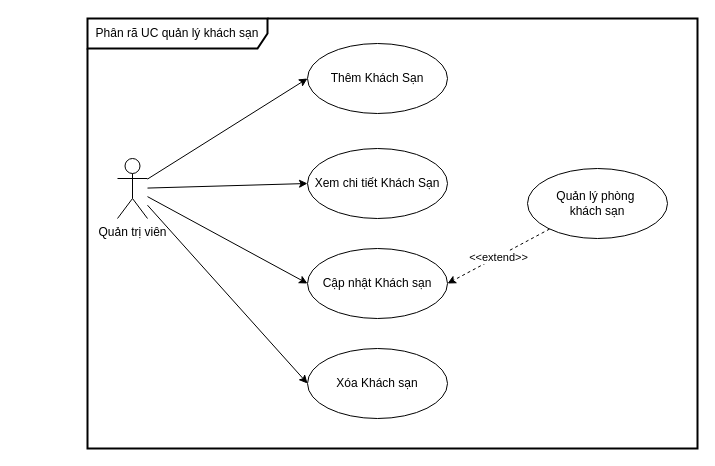
The draw.io diagram page "UC_QuanLyKS" (5 of 7) of usecase-diagrams.drawio in KMA-TTCS-Nhom32/documents, before the edit. Source tidied: cells renumbered, new cells numbered last; positions are measured from the earlier drawing's top-left corner, leaving out a move shared by most shapes. Both pictures are drawn from the tidied source at 100%, with x=0, y=0 at pixel (87, 18).
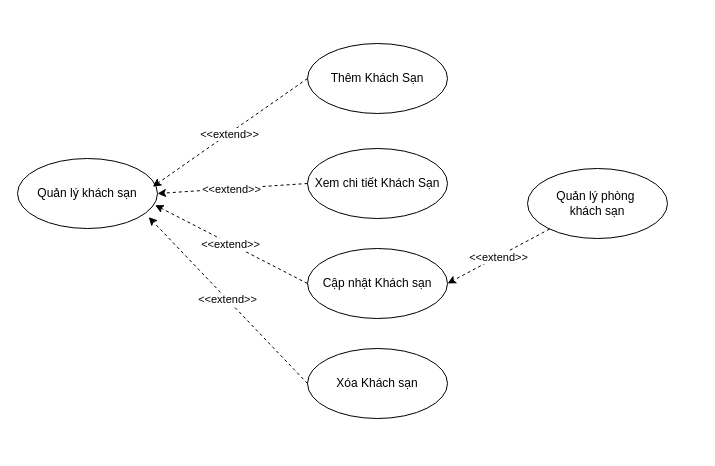
After the change.

What changed in the source:
```diff
@@
 <mxGraphModel>
   <root>
     <mxCell id="0" />
     <mxCell id="1" parent="0" />
-    <mxCell id="2" style="rounded=0;jettySize=auto;html=1;entryX=0;entryY=0.5;entryDx=0;entryDy=0;" parent="1" edge="1" source="6" target="7">
-      <mxGeometry relative="1" as="geometry" />
-    </mxCell>
-    <mxCell id="3" style="rounded=0;jettySize=auto;html=1;entryX=0;entryY=0.5;entryDx=0;entryDy=0;" parent="1" edge="1" source="6" target="8">
-      <mxGeometry relative="1" as="geometry" />
-    </mxCell>
-    <mxCell id="4" style="rounded=0;jettySize=auto;html=1;entryX=0;entryY=0.5;entryDx=0;entryDy=0;" parent="1" edge="1" source="6" target="9">
-      <mxGeometry relative="1" as="geometry" />
-    </mxCell>
-    <mxCell id="5" style="rounded=0;jettySize=auto;html=1;entryX=0;entryY=0.5;entryDx=0;entryDy=0;" parent="1" edge="1" source="6" target="11">
-      <mxGeometry relative="1" as="geometry" />
-    </mxCell>
-    <mxCell id="6" value="Quản trị viên" style="shape=umlActor;verticalLabelPosition=bottom;verticalAlign=top;html=1;" parent="1" vertex="1">
-      <mxGeometry x="30" y="140" width="30" height="60" as="geometry" />
-    </mxCell>
     <mxCell id="7" value="Thêm Khách Sạn" style="ellipse;whiteSpace=wrap;html=1;" parent="1" vertex="1">
       <mxGeometry x="220" y="25" width="140" height="70" as="geometry" />
     </mxCell>
     <mxCell id="8" value="Xem chi tiết Khách Sạn" style="ellipse;whiteSpace=wrap;html=1;" parent="1" vertex="1">
       <mxGeometry x="220" y="130" width="140" height="70" as="geometry" />
     </mxCell>
     <mxCell id="9" value="Cập nhật Khách sạn" style="ellipse;whiteSpace=wrap;html=1;" parent="1" vertex="1">
       <mxGeometry x="220" y="230" width="140" height="70" as="geometry" />
     </mxCell>
-    <mxCell id="10" value="Phân rã UC quản lý khách sạn" style="shape=umlFrame;whiteSpace=wrap;html=1;width=180;height=30;strokeWidth=2;" parent="1" vertex="1">
-      <mxGeometry width="610" height="430" as="geometry" />
-    </mxCell>
     <mxCell id="11" value="Xóa Khách sạn" style="ellipse;whiteSpace=wrap;html=1;" parent="1" vertex="1">
       <mxGeometry x="220" y="330" width="140" height="70" as="geometry" />
     </mxCell>
     <mxCell id="12" style="rounded=0;jettySize=auto;html=1;entryX=1;entryY=0.5;entryDx=0;entryDy=0;dashed=1;" parent="1" edge="1" source="14" target="9">
       <mxGeometry relative="1" as="geometry" />
     </mxCell>
     <mxCell id="13" value="&amp;lt;&amp;lt;extend&amp;gt;&amp;gt;" style="edgeLabel;html=1;align=center;verticalAlign=middle;" parent="12" vertex="1">
       <mxGeometry x="0.02" relative="1" as="geometry" />
     </mxCell>
     <mxCell id="14" value="Quản lý phòng&amp;nbsp;&lt;div&gt;khách sạn&lt;/div&gt;" style="ellipse;whiteSpace=wrap;html=1;" parent="1" vertex="1">
       <mxGeometry x="440" y="150" width="140" height="70" as="geometry" />
     </mxCell>
+    <mxCell id="15" value="Quản lý khách sạn" style="ellipse;whiteSpace=wrap;html=1;" parent="1" vertex="1">
+      <mxGeometry x="-70" y="140" width="140" height="70" as="geometry" />
+    </mxCell>
+    <mxCell id="16" style="rounded=0;jettySize=auto;html=1;entryX=0.966;entryY=0.403;entryDx=0;entryDy=0;dashed=1;entryPerimeter=0;exitX=0;exitY=0.5;exitDx=0;exitDy=0;" parent="1" edge="1" source="7" target="15">
+      <mxGeometry relative="1" as="geometry" />
+    </mxCell>
+    <mxCell id="17" value="&amp;lt;&amp;lt;extend&amp;gt;&amp;gt;" style="edgeLabel;html=1;align=center;verticalAlign=middle;" parent="16" vertex="1">
+      <mxGeometry x="0.02" relative="1" as="geometry" />
+    </mxCell>
+    <mxCell id="18" style="rounded=0;jettySize=auto;html=1;entryX=1;entryY=0.5;entryDx=0;entryDy=0;dashed=1;exitX=0;exitY=0.5;exitDx=0;exitDy=0;" parent="1" edge="1" source="8" target="15">
+      <mxGeometry relative="1" as="geometry" />
+    </mxCell>
+    <mxCell id="19" value="&amp;lt;&amp;lt;extend&amp;gt;&amp;gt;" style="edgeLabel;html=1;align=center;verticalAlign=middle;" parent="18" vertex="1">
+      <mxGeometry x="0.02" relative="1" as="geometry" />
+    </mxCell>
+    <mxCell id="20" style="rounded=0;jettySize=auto;html=1;entryX=0.983;entryY=0.666;entryDx=0;entryDy=0;dashed=1;entryPerimeter=0;exitX=0;exitY=0.5;exitDx=0;exitDy=0;" parent="1" edge="1" source="9" target="15">
+      <mxGeometry relative="1" as="geometry" />
+    </mxCell>
+    <mxCell id="21" value="&amp;lt;&amp;lt;extend&amp;gt;&amp;gt;" style="edgeLabel;html=1;align=center;verticalAlign=middle;" parent="20" vertex="1">
+      <mxGeometry x="0.02" relative="1" as="geometry" />
+    </mxCell>
+    <mxCell id="22" style="rounded=0;jettySize=auto;html=1;entryX=0.937;entryY=0.837;entryDx=0;entryDy=0;dashed=1;exitX=0;exitY=0.5;exitDx=0;exitDy=0;entryPerimeter=0;" parent="1" edge="1" source="11" target="15">
+      <mxGeometry relative="1" as="geometry" />
+    </mxCell>
+    <mxCell id="23" value="&amp;lt;&amp;lt;extend&amp;gt;&amp;gt;" style="edgeLabel;html=1;align=center;verticalAlign=middle;" parent="22" vertex="1">
+      <mxGeometry x="0.02" relative="1" as="geometry" />
+    </mxCell>
   </root>
 </mxGraphModel>
```
